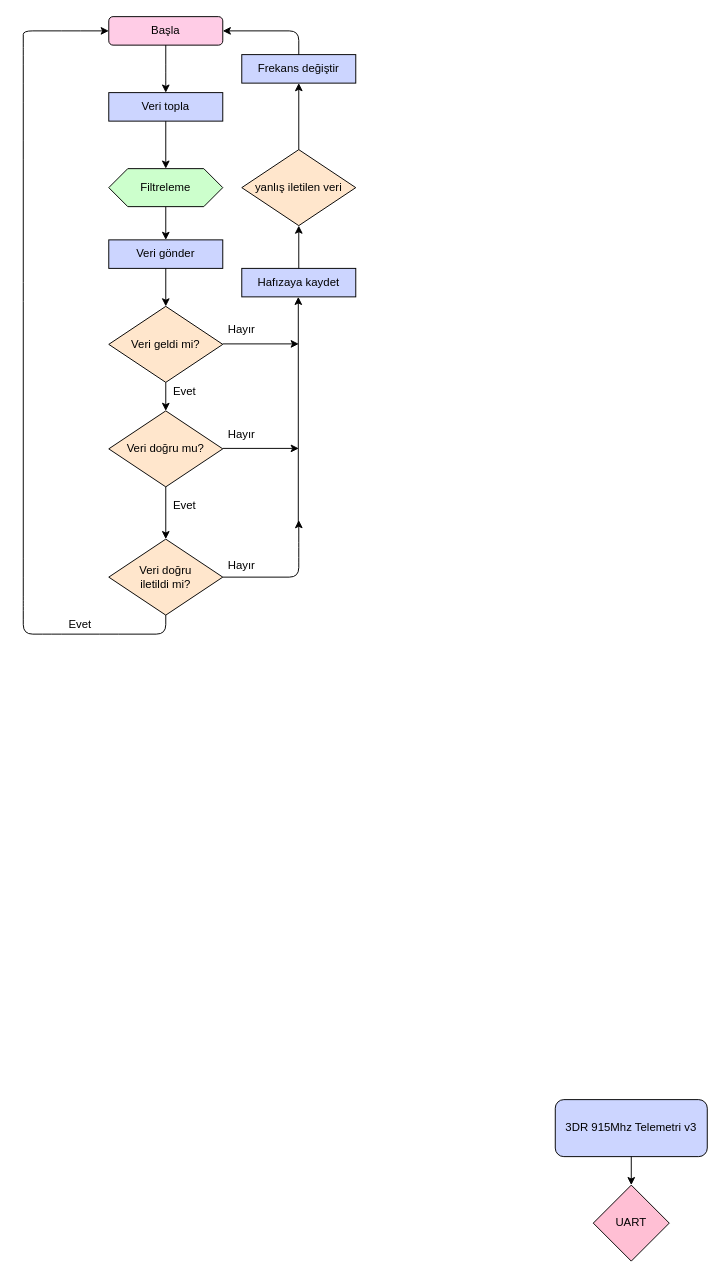
Before: Model Satellite Diagrams/ileitişim modülü.drawio in mthaasen/My-Diagrams, a draw.io diagram. Source tidied: cells renumbered, new cells numbered last; positions are measured from the earlier drawing's top-left corner, leaving out a move shared by most shapes. Both pictures are drawn from the tidied source at 95%, with x=0, y=0 at pixel (23, 16).
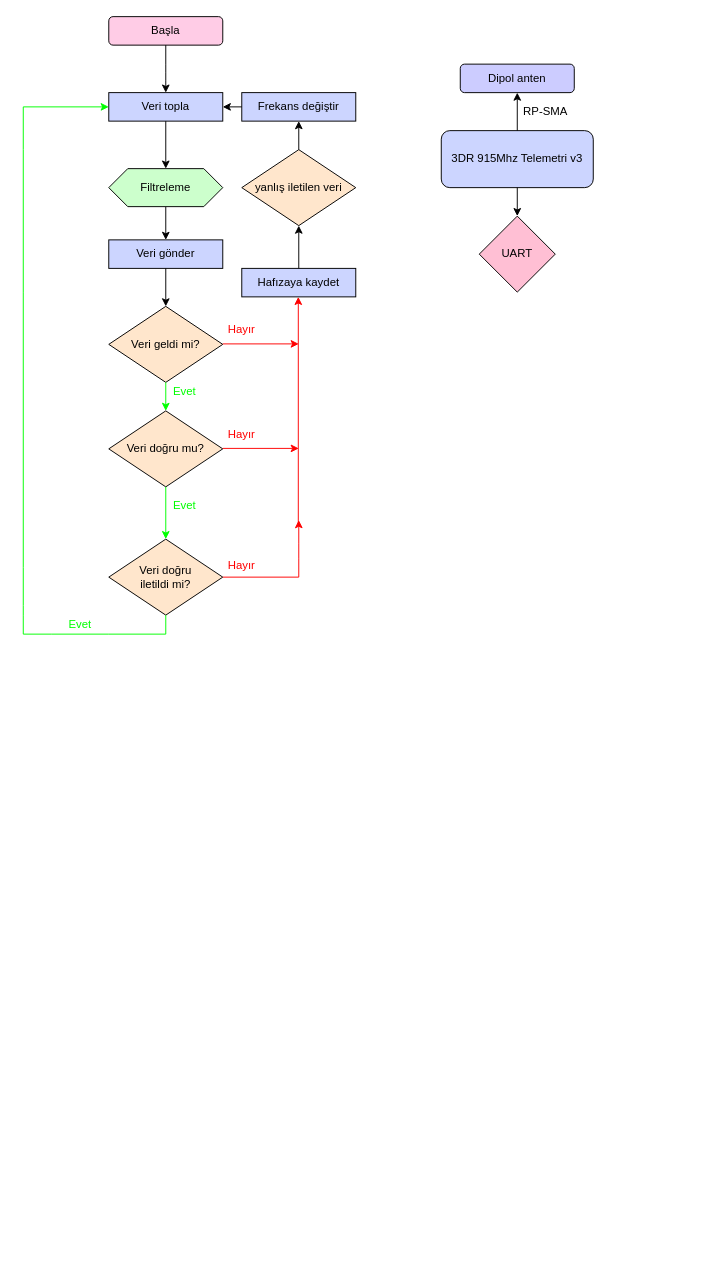
After the change.

Unchanged cells that the change refers to:
```xml
<mxCell id="5" value="Başla" style="rounded=1;whiteSpace=wrap;html=1;fillColor=#FFCCE6;" parent="1" vertex="1">
  <mxGeometry x="90" width="120" height="30" as="geometry" />
</mxCell>
<mxCell id="6" value="Veri topla" style="rounded=0;whiteSpace=wrap;html=1;fillColor=#CCD5FF;" parent="1" vertex="1">
  <mxGeometry x="90" y="80" width="120" height="30" as="geometry" />
</mxCell>
<mxCell id="8" value="&lt;span&gt;Veri geldi mi?&lt;/span&gt;" style="rhombus;whiteSpace=wrap;html=1;fillColor=#FFE6CC;" parent="1" vertex="1">
  <mxGeometry x="90" y="305" width="120" height="80" as="geometry" />
</mxCell>
<mxCell id="9" value="&lt;span&gt;Veri doğru mu?&lt;/span&gt;" style="rhombus;whiteSpace=wrap;html=1;fillColor=#FFE6CC;" parent="1" vertex="1">
  <mxGeometry x="90" y="415" width="120" height="80" as="geometry" />
</mxCell>
<mxCell id="10" value="&lt;span&gt;Veri doğru &lt;br&gt;iletildi mi?&lt;/span&gt;" style="rhombus;whiteSpace=wrap;html=1;fillColor=#FFE6CC;" parent="1" vertex="1">
  <mxGeometry x="90" y="550" width="120" height="80" as="geometry" />
</mxCell>
```

Change to the diagram source:
```diff
@@
-    <mxCell id="2" value="3DR 915Mhz Telemetri v3" style="rounded=1;whiteSpace=wrap;html=1;fillColor=#CCD5FF;" parent="1" vertex="1">
-      <mxGeometry x="560" y="1140" width="160" height="60" as="geometry" />
-    </mxCell>
-    <mxCell id="3" value="UART" style="rhombus;whiteSpace=wrap;html=1;fillColor=#FFBFD4;" parent="1" vertex="1">
-      <mxGeometry x="600" y="1230" width="80" height="80" as="geometry" />
-    </mxCell>
-    <mxCell id="4" style="endArrow=classic;html=1;entryX=0.5;entryY=0;entryDx=0;entryDy=0;exitX=0.5;exitY=1;exitDx=0;exitDy=0;" parent="1" edge="1" source="2" target="3">
-      <mxGeometry relative="1" as="geometry" />
-    </mxCell>
@@
-    <mxCell id="14" style="endArrow=classic;html=1;exitX=0.5;exitY=1;exitDx=0;exitDy=0;" parent="1" edge="1" source="8" target="9">
+    <mxCell id="14" style="endArrow=classic;html=1;exitX=0.5;exitY=1;exitDx=0;exitDy=0;strokeColor=#00FF00;" parent="1" edge="1" source="8" target="9">
       <mxGeometry relative="1" as="geometry" />
     </mxCell>
-    <mxCell id="15" style="endArrow=classic;html=1;exitX=0.5;exitY=1;exitDx=0;exitDy=0;entryX=0.5;entryY=0;entryDx=0;entryDy=0;" parent="1" edge="1" source="9" target="10">
+    <mxCell id="15" style="endArrow=classic;html=1;exitX=0.5;exitY=1;exitDx=0;exitDy=0;entryX=0.5;entryY=0;entryDx=0;entryDy=0;strokeColor=#00FF00;" parent="1" edge="1" source="9" target="10">
       <mxGeometry relative="1" as="geometry" />
     </mxCell>
-    <mxCell id="16" style="endArrow=classic;html=1;exitX=1;exitY=0.5;exitDx=0;exitDy=0;" parent="1" edge="1" source="10">
+    <mxCell id="16" style="endArrow=classic;html=1;exitX=1;exitY=0.5;exitDx=0;exitDy=0;strokeColor=#FF0000;rounded=0;" parent="1" edge="1" source="10">
       <mxGeometry relative="1" as="geometry">
         <mxPoint x="290" y="530" as="targetPoint" />
         <Array as="points">
           <mxPoint x="290" y="590" />
           <mxPoint x="290" y="570" />
           <mxPoint x="290" y="555" />
         </Array>
       </mxGeometry>
     </mxCell>
-    <mxCell id="17" style="endArrow=classic;html=1;exitX=1;exitY=0.5;exitDx=0;exitDy=0;" parent="1" edge="1">
+    <mxCell id="17" style="endArrow=classic;html=1;exitX=1;exitY=0.5;exitDx=0;exitDy=0;strokeColor=#FF0000;" parent="1" edge="1">
       <mxGeometry relative="1" as="geometry">
         <mxPoint x="210" y="454.5" as="sourcePoint" />
         <mxPoint x="290" y="454.5" as="targetPoint" />
       </mxGeometry>
     </mxCell>
-    <mxCell id="18" style="endArrow=classic;html=1;exitX=1;exitY=0.5;exitDx=0;exitDy=0;" parent="1" edge="1">
+    <mxCell id="18" style="endArrow=classic;html=1;exitX=1;exitY=0.5;exitDx=0;exitDy=0;strokeColor=#FF0000;" parent="1" edge="1">
       <mxGeometry relative="1" as="geometry">
         <mxPoint x="210" y="344.5" as="sourcePoint" />
         <mxPoint x="290" y="344.5" as="targetPoint" />
       </mxGeometry>
     </mxCell>
-    <mxCell id="19" value="Evet" style="text;html=1;strokeColor=none;fillColor=none;align=center;verticalAlign=middle;whiteSpace=wrap;rounded=0;" parent="1" vertex="1">
+    <mxCell id="19" value="&lt;font color=&quot;#00ff00&quot;&gt;Evet&lt;/font&gt;" style="text;html=1;strokeColor=none;fillColor=none;align=center;verticalAlign=middle;whiteSpace=wrap;rounded=0;" parent="1" vertex="1">
       <mxGeometry x="150" y="385" width="40" height="20" as="geometry" />
     </mxCell>
-    <mxCell id="20" value="Evet" style="text;html=1;strokeColor=none;fillColor=none;align=center;verticalAlign=middle;whiteSpace=wrap;rounded=0;" parent="1" vertex="1">
+    <mxCell id="20" value="&lt;font color=&quot;#00ff00&quot;&gt;Evet&lt;/font&gt;" style="text;html=1;strokeColor=none;fillColor=none;align=center;verticalAlign=middle;whiteSpace=wrap;rounded=0;" parent="1" vertex="1">
       <mxGeometry x="150" y="505" width="40" height="20" as="geometry" />
     </mxCell>
-    <mxCell id="21" style="endArrow=classic;html=1;entryX=0;entryY=0.5;entryDx=0;entryDy=0;" parent="1" edge="1" target="5">
+    <mxCell id="21" style="endArrow=classic;html=1;entryX=0;entryY=0.5;entryDx=0;entryDy=0;strokeColor=#00FF00;rounded=0;" parent="1" edge="1" target="6">
       <mxGeometry relative="1" as="geometry">
         <mxPoint x="150" y="630" as="sourcePoint" />
         <Array as="points">
           <mxPoint x="150" y="630" />
           <mxPoint x="150" y="650" />
           <mxPoint x="90" y="650" />
           <mxPoint x="30" y="650" />
           <mxPoint y="650" />
           <mxPoint y="630" />
           <mxPoint y="620" />
           <mxPoint y="580" />
           <mxPoint y="290" />
           <mxPoint y="140" />
-          <mxPoint y="80" />
-          <mxPoint y="40" />
-          <mxPoint y="30" />
-          <mxPoint y="15" />
-          <mxPoint x="50" y="15" />
+          <mxPoint y="95" />
         </Array>
       </mxGeometry>
     </mxCell>
-    <mxCell id="22" value="Evet" style="text;html=1;strokeColor=none;fillColor=none;align=center;verticalAlign=middle;whiteSpace=wrap;rounded=0;" parent="1" vertex="1">
+    <mxCell id="22" value="&lt;font color=&quot;#00ff00&quot;&gt;Evet&lt;/font&gt;" style="text;html=1;strokeColor=none;fillColor=none;align=center;verticalAlign=middle;whiteSpace=wrap;rounded=0;" parent="1" vertex="1">
       <mxGeometry x="40" y="630" width="40" height="20" as="geometry" />
     </mxCell>
-    <mxCell id="23" value="Hayır" style="text;html=1;strokeColor=none;fillColor=none;align=center;verticalAlign=middle;whiteSpace=wrap;rounded=0;" parent="1" vertex="1">
+    <mxCell id="23" value="&lt;font color=&quot;#ff0000&quot;&gt;Hayır&lt;/font&gt;" style="text;html=1;strokeColor=none;fillColor=none;align=center;verticalAlign=middle;whiteSpace=wrap;rounded=0;" parent="1" vertex="1">
       <mxGeometry x="210" y="320" width="40" height="20" as="geometry" />
     </mxCell>
-    <mxCell id="24" value="Hayır" style="text;html=1;strokeColor=none;fillColor=none;align=center;verticalAlign=middle;whiteSpace=wrap;rounded=0;" parent="1" vertex="1">
+    <mxCell id="24" value="&lt;font color=&quot;#ff0000&quot;&gt;Hayır&lt;/font&gt;" style="text;html=1;strokeColor=none;fillColor=none;align=center;verticalAlign=middle;whiteSpace=wrap;rounded=0;" parent="1" vertex="1">
       <mxGeometry x="210" y="430" width="40" height="20" as="geometry" />
     </mxCell>
-    <mxCell id="25" value="Hayır" style="text;html=1;strokeColor=none;fillColor=none;align=center;verticalAlign=middle;whiteSpace=wrap;rounded=0;" parent="1" vertex="1">
+    <mxCell id="25" value="&lt;font color=&quot;#ff0000&quot;&gt;Hayır&lt;/font&gt;" style="text;html=1;strokeColor=none;fillColor=none;align=center;verticalAlign=middle;whiteSpace=wrap;rounded=0;" parent="1" vertex="1">
       <mxGeometry x="210" y="565" width="40" height="25" as="geometry" />
     </mxCell>
-    <mxCell id="26" style="endArrow=classic;html=1;" parent="1" edge="1">
+    <mxCell id="26" style="endArrow=classic;html=1;strokeColor=#FF0000;" parent="1" edge="1">
       <mxGeometry relative="1" as="geometry">
         <mxPoint x="289.5" y="535" as="sourcePoint" />
         <mxPoint x="289.5" y="295" as="targetPoint" />
       </mxGeometry>
     </mxCell>
@@
     <mxCell id="30" value="Frekans değiştir" style="rounded=0;whiteSpace=wrap;html=1;fillColor=#CCD5FF;" parent="1" vertex="1">
-      <mxGeometry x="230" y="40" width="120" height="30" as="geometry" />
+      <mxGeometry x="230" y="80" width="120" height="30" as="geometry" />
     </mxCell>
@@
-    <mxCell id="32" style="endArrow=classic;html=1;exitX=0.5;exitY=0;exitDx=0;exitDy=0;entryX=1;entryY=0.5;entryDx=0;entryDy=0;" parent="1" edge="1" source="30" target="5">
-      <mxGeometry relative="1" as="geometry">
-        <Array as="points">
-          <mxPoint x="290" y="15" />
-        </Array>
-      </mxGeometry>
+    <mxCell id="32" style="endArrow=classic;html=1;exitX=0;exitY=0.5;exitDx=0;exitDy=0;entryX=1;entryY=0.5;entryDx=0;entryDy=0;rounded=0;" parent="1" edge="1" source="30" target="6">
+      <mxGeometry relative="1" as="geometry" />
     </mxCell>
@@
+    <mxCell id="2" value="3DR 915Mhz Telemetri v3" style="rounded=1;whiteSpace=wrap;html=1;fillColor=#CCD5FF;" parent="1" vertex="1">
+      <mxGeometry x="440" y="120" width="160" height="60" as="geometry" />
+    </mxCell>
+    <mxCell id="3" value="UART" style="rhombus;whiteSpace=wrap;html=1;fillColor=#FFBFD4;" parent="1" vertex="1">
+      <mxGeometry x="480" y="210" width="80" height="80" as="geometry" />
+    </mxCell>
+    <mxCell id="4" style="endArrow=classic;html=1;entryX=0.5;entryY=0;entryDx=0;entryDy=0;exitX=0.5;exitY=1;exitDx=0;exitDy=0;" parent="1" edge="1" source="2" target="3">
+      <mxGeometry relative="1" as="geometry" />
+    </mxCell>
+    <mxCell id="35" style="endArrow=classic;html=1;exitX=0.5;exitY=0;exitDx=0;exitDy=0;" parent="1" edge="1" source="2">
+      <mxGeometry relative="1" as="geometry">
+        <mxPoint x="520" y="80" as="targetPoint" />
+      </mxGeometry>
+    </mxCell>
+    <mxCell id="36" value="RP-SMA" style="text;html=1;strokeColor=none;fillColor=none;align=center;verticalAlign=middle;whiteSpace=wrap;rounded=0;" parent="1" vertex="1">
+      <mxGeometry x="520" y="90" width="60" height="20" as="geometry" />
+    </mxCell>
+    <mxCell id="37" value="Dipol anten" style="rounded=1;whiteSpace=wrap;html=1;fillColor=#CCCCFF;" parent="1" vertex="1">
+      <mxGeometry x="460" y="50" width="120" height="30" as="geometry" />
+    </mxCell>
```
